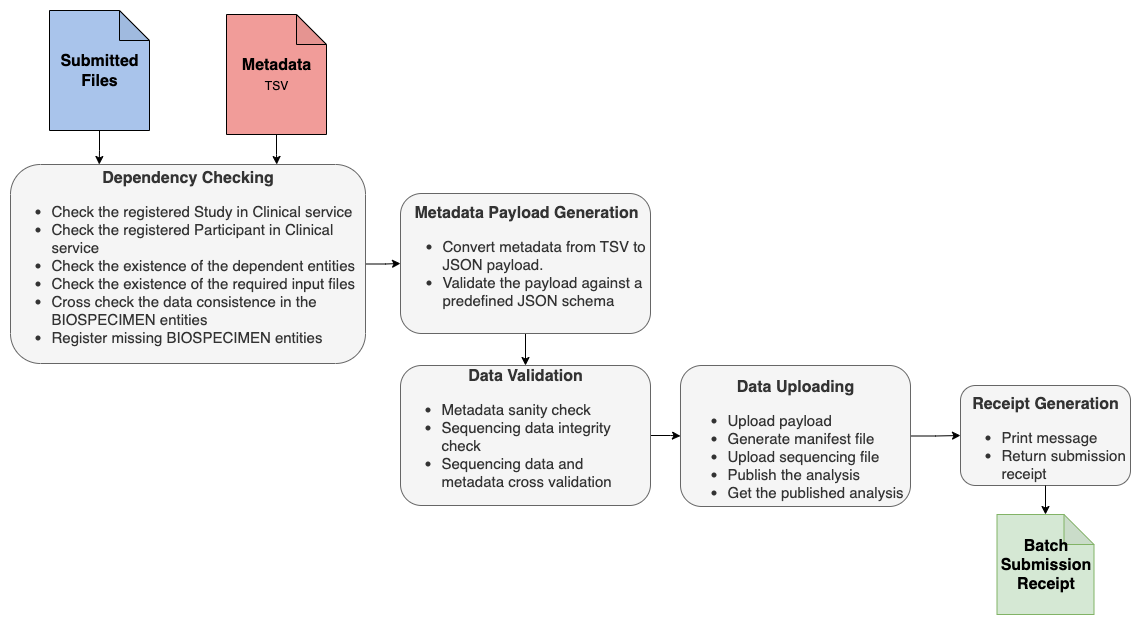
Above: assets/PCGL_Molecular_Data_Submission_Workflow-Diagram.png in Pan-Canadian-Genome-Library/molecular-data-submission-workflow (draw.io), before the change. Source tidied: cells renumbered, new cells last; positions are measured from the earlier drawing's top-left corner, leaving out a move shared by most shapes. The source it was exported from:
```xml
<mxGraphModel>
  <root>
    <mxCell id="0" />
    <mxCell id="1" parent="0" />
    <mxCell id="2" style="edgeStyle=orthogonalEdgeStyle;rounded=0;jettySize=auto;html=1;entryX=0;entryY=0.5;entryDx=0;entryDy=0;" parent="1" edge="1" source="3" target="5">
      <mxGeometry relative="1" as="geometry" />
    </mxCell>
    <mxCell id="3" value="&lt;font style=&quot;&quot;&gt;&lt;b style=&quot;font-size: 16px;&quot;&gt;Dependency Checking&lt;/b&gt;&lt;br&gt;&lt;div style=&quot;text-align: left; font-size: 15px;&quot;&gt;&lt;ul&gt;&lt;li&gt;&lt;span style=&quot;background-color: transparent; color: light-dark(rgb(51, 51, 51), rgb(193, 193, 193));&quot;&gt;Check the registered Study in Clinical service&lt;/span&gt;&lt;/li&gt;&lt;li&gt;Check the registered Participant in Clinical service&lt;/li&gt;&lt;li&gt;Check the existence of the dependent entities&lt;/li&gt;&lt;li&gt;Check the existence of the required input files&lt;/li&gt;&lt;li&gt;Cross check the data consistence in the BIOSPECIMEN entities&lt;/li&gt;&lt;li&gt;Register missing BIOSPECIMEN entities&lt;/li&gt;&lt;/ul&gt;&lt;/div&gt;&lt;/font&gt;" style="rounded=1;whiteSpace=wrap;html=1;fillColor=#f5f5f5;fontColor=#333333;strokeColor=#666666;" parent="1" vertex="1">
      <mxGeometry y="154" width="355" height="199" as="geometry" />
    </mxCell>
    <mxCell id="4" style="edgeStyle=orthogonalEdgeStyle;rounded=0;jettySize=auto;html=1;" parent="1" edge="1" source="5" target="7">
      <mxGeometry relative="1" as="geometry" />
    </mxCell>
    <mxCell id="5" value="&lt;div style=&quot;text-align: center;&quot;&gt;&lt;b style=&quot;background-color: initial; font-size: 16px;&quot;&gt;Metadata Payload Generation&lt;/b&gt;&lt;/div&gt;&lt;font style=&quot;font-size: 15px;&quot;&gt;&lt;ul style=&quot;&quot;&gt;&lt;li style=&quot;&quot;&gt;Convert metadata from TSV to JSON payload.&lt;/li&gt;&lt;li style=&quot;&quot;&gt;Validate the payload against a predefined JSON schema&lt;br&gt;&lt;/li&gt;&lt;/ul&gt;&lt;/font&gt;" style="rounded=1;whiteSpace=wrap;html=1;fontSize=12;align=left;fillColor=#f5f5f5;fontColor=#333333;strokeColor=#666666;" parent="1" vertex="1">
      <mxGeometry x="390" y="183" width="250" height="140" as="geometry" />
    </mxCell>
    <mxCell id="6" style="edgeStyle=orthogonalEdgeStyle;rounded=0;jettySize=auto;html=1;entryX=0;entryY=0.5;entryDx=0;entryDy=0;" parent="1" edge="1" source="7" target="9">
      <mxGeometry relative="1" as="geometry" />
    </mxCell>
    <mxCell id="7" value="&lt;font style=&quot;font-size: 15px;&quot;&gt;&lt;b style=&quot;font-size: 16px;&quot;&gt;Data Validation&lt;/b&gt;&lt;br&gt;&lt;p&gt;&lt;/p&gt;&lt;ul&gt;&lt;li style=&quot;text-align: left;&quot;&gt;Metadata sanity check&lt;/li&gt;&lt;li style=&quot;text-align: left;&quot;&gt;Sequencing data integrity check&lt;/li&gt;&lt;li style=&quot;text-align: left;&quot;&gt;Sequencing data and metadata cross validation&lt;/li&gt;&lt;/ul&gt;&lt;p&gt;&lt;/p&gt;&lt;/font&gt;" style="rounded=1;whiteSpace=wrap;html=1;fontSize=12;fillColor=#f5f5f5;fontColor=#333333;strokeColor=#666666;" parent="1" vertex="1">
      <mxGeometry x="390" y="355" width="250" height="140" as="geometry" />
    </mxCell>
    <mxCell id="8" style="edgeStyle=orthogonalEdgeStyle;rounded=0;jettySize=auto;html=1;entryX=0;entryY=0.5;entryDx=0;entryDy=0;" parent="1" edge="1" source="9" target="14">
      <mxGeometry relative="1" as="geometry" />
    </mxCell>
    <mxCell id="9" value="&lt;font style=&quot;font-size: 16px;&quot;&gt;&lt;b&gt;&lt;br&gt;Data Uploading&lt;/b&gt;&lt;/font&gt;&lt;br&gt;&lt;div style=&quot;text-align: left; font-size: 15px;&quot;&gt;&lt;ul&gt;&lt;li&gt;&lt;span style=&quot;background-color: initial; color: light-dark(rgb(51, 51, 51), rgb(193, 193, 193));&quot;&gt;Upload payload&lt;/span&gt;&lt;/li&gt;&lt;li&gt;Generate manifest file&lt;/li&gt;&lt;li&gt;Upload sequencing file&lt;/li&gt;&lt;li&gt;Publish the analysis&lt;/li&gt;&lt;li&gt;Get the published analysis&lt;/li&gt;&lt;/ul&gt;&lt;/div&gt;" style="rounded=1;whiteSpace=wrap;html=1;fontFamily=Helvetica;fontSize=12;fillColor=#f5f5f5;fontColor=#333333;strokeColor=#666666;" parent="1" vertex="1">
      <mxGeometry x="670" y="355" width="230" height="141" as="geometry" />
    </mxCell>
    <mxCell id="10" style="edgeStyle=orthogonalEdgeStyle;rounded=0;jettySize=auto;html=1;entryX=0.25;entryY=0;entryDx=0;entryDy=0;" parent="1" edge="1" source="11" target="3">
      <mxGeometry relative="1" as="geometry" />
    </mxCell>
    <mxCell id="11" value="&lt;b style=&quot;&quot;&gt;&lt;font style=&quot;font-size: 16px;&quot;&gt;Submitted Files&lt;/font&gt;&lt;/b&gt;" style="shape=note;whiteSpace=wrap;html=1;backgroundOutline=1;darkOpacity=0.05;fontFamily=Helvetica;fontSize=16;fillColor=#A9C4EB;" parent="1" vertex="1">
      <mxGeometry x="39" width="100" height="120" as="geometry" />
    </mxCell>
    <mxCell id="12" style="edgeStyle=orthogonalEdgeStyle;rounded=0;jettySize=auto;html=1;entryX=0.75;entryY=0;entryDx=0;entryDy=0;" parent="1" edge="1" source="13" target="3">
      <mxGeometry relative="1" as="geometry" />
    </mxCell>
    <mxCell id="13" value="&lt;b&gt;Metadata&lt;/b&gt;&lt;br&gt;&lt;font style=&quot;font-size: 12px;&quot;&gt;TSV&lt;/font&gt;" style="shape=note;whiteSpace=wrap;html=1;backgroundOutline=1;darkOpacity=0.05;fontFamily=Helvetica;fontSize=16;fillColor=#F19C99;" parent="1" vertex="1">
      <mxGeometry x="216" y="4" width="100" height="120" as="geometry" />
    </mxCell>
    <mxCell id="14" value="&lt;div style=&quot;&quot;&gt;&lt;div&gt;&lt;span style=&quot;font-size: 16px;&quot;&gt;&lt;b&gt;&lt;br&gt;&lt;/b&gt;&lt;/span&gt;&lt;/div&gt;&lt;div&gt;&lt;span style=&quot;font-size: 16px;&quot;&gt;&lt;b&gt;Receipt Generation&lt;/b&gt;&lt;/span&gt;&lt;/div&gt;&lt;div style=&quot;font-size: 15px;&quot;&gt;&lt;ul style=&quot;border-color: var(--border-color); text-align: left;&quot;&gt;&lt;li style=&quot;border-color: var(--border-color);&quot;&gt;Print message&lt;/li&gt;&lt;li style=&quot;border-color: var(--border-color);&quot;&gt;Return submission receipt&lt;/li&gt;&lt;/ul&gt;&lt;/div&gt;&lt;/div&gt;" style="rounded=1;whiteSpace=wrap;html=1;fontFamily=Helvetica;fontSize=12;fillColor=#f5f5f5;fontColor=#333333;strokeColor=#666666;" parent="1" vertex="1">
      <mxGeometry x="950" y="375" width="170" height="100" as="geometry" />
    </mxCell>
    <mxCell id="15" value="&lt;font style=&quot;font-size: 16px;&quot;&gt;&lt;b&gt;Batch Submission Receipt&lt;/b&gt;&lt;/font&gt;" style="shape=note;whiteSpace=wrap;html=1;backgroundOutline=1;darkOpacity=0.05;fillColor=#d5e8d4;strokeColor=#82b366;" parent="1" vertex="1">
      <mxGeometry x="986.5" y="504" width="97" height="100" as="geometry" />
    </mxCell>
    <mxCell id="16" style="edgeStyle=orthogonalEdgeStyle;rounded=0;jettySize=auto;html=1;entryX=0.5;entryY=0;entryDx=0;entryDy=0;entryPerimeter=0;" parent="1" edge="1" source="14" target="15">
      <mxGeometry relative="1" as="geometry" />
    </mxCell>
  </root>
</mxGraphModel>
```
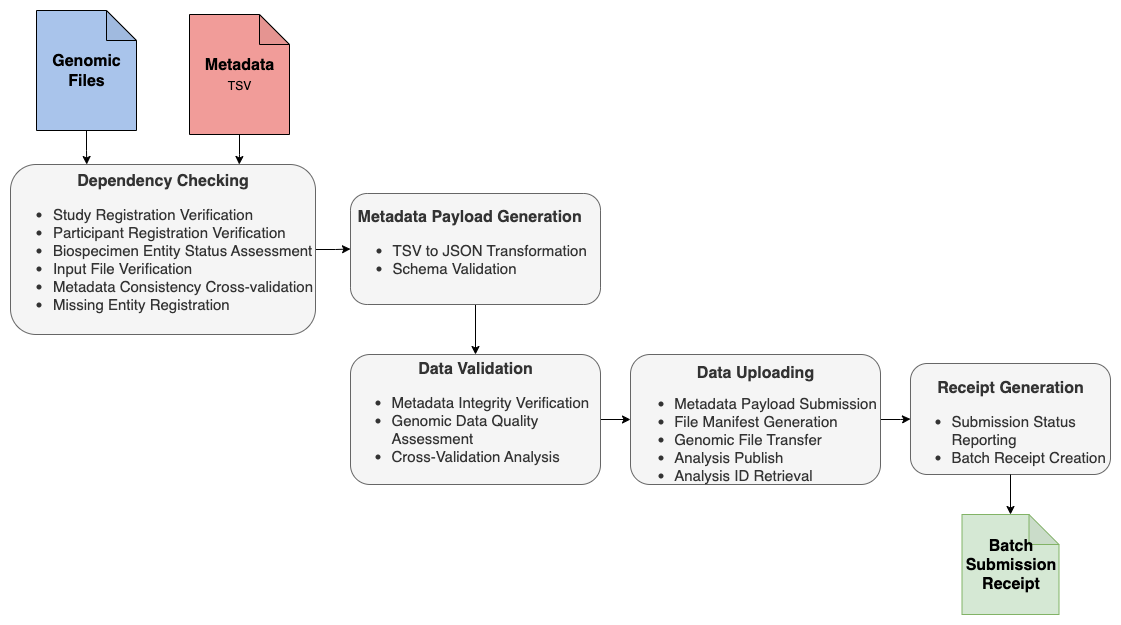
Later version of the same file.

Commit message:
address edmund comments, make the points more generic

Diff of the diagram source:
```diff
@@ -5,44 +5,44 @@
     <mxCell id="2" style="edgeStyle=orthogonalEdgeStyle;rounded=0;jettySize=auto;html=1;entryX=0;entryY=0.5;entryDx=0;entryDy=0;" parent="1" edge="1" source="3" target="5">
       <mxGeometry relative="1" as="geometry" />
     </mxCell>
-    <mxCell id="3" value="&lt;font style=&quot;&quot;&gt;&lt;b style=&quot;font-size: 16px;&quot;&gt;Dependency Checking&lt;/b&gt;&lt;br&gt;&lt;div style=&quot;text-align: left; font-size: 15px;&quot;&gt;&lt;ul&gt;&lt;li&gt;&lt;span style=&quot;background-color: transparent; color: light-dark(rgb(51, 51, 51), rgb(193, 193, 193));&quot;&gt;Check the registered Study in Clinical service&lt;/span&gt;&lt;/li&gt;&lt;li&gt;Check the registered Participant in Clinical service&lt;/li&gt;&lt;li&gt;Check the existence of the dependent entities&lt;/li&gt;&lt;li&gt;Check the existence of the required input files&lt;/li&gt;&lt;li&gt;Cross check the data consistence in the BIOSPECIMEN entities&lt;/li&gt;&lt;li&gt;Register missing BIOSPECIMEN entities&lt;/li&gt;&lt;/ul&gt;&lt;/div&gt;&lt;/font&gt;" style="rounded=1;whiteSpace=wrap;html=1;fillColor=#f5f5f5;fontColor=#333333;strokeColor=#666666;" parent="1" vertex="1">
-      <mxGeometry y="154" width="355" height="199" as="geometry" />
+    <mxCell id="3" value="&lt;font style=&quot;&quot;&gt;&lt;b style=&quot;font-size: 16px;&quot;&gt;Dependency Checking&lt;/b&gt;&lt;br&gt;&lt;div style=&quot;text-align: left; font-size: 15px;&quot;&gt;&lt;ul&gt;&lt;li&gt;Study Registration Verification&lt;/li&gt;&lt;li&gt;Participant Registration Verification&lt;/li&gt;&lt;li&gt;Biospecimen Entity Status Assessment&lt;/li&gt;&lt;li&gt;Input File Verification&lt;/li&gt;&lt;li&gt;Metadata Consistency Cross-validation&lt;/li&gt;&lt;li&gt;Missing Entity Registration&lt;/li&gt;&lt;/ul&gt;&lt;/div&gt;&lt;/font&gt;" style="rounded=1;whiteSpace=wrap;html=1;fillColor=#f5f5f5;fontColor=#333333;strokeColor=#666666;" parent="1" vertex="1">
+      <mxGeometry x="50" y="154" width="305" height="170" as="geometry" />
     </mxCell>
     <mxCell id="4" style="edgeStyle=orthogonalEdgeStyle;rounded=0;jettySize=auto;html=1;" parent="1" edge="1" source="5" target="7">
       <mxGeometry relative="1" as="geometry" />
     </mxCell>
-    <mxCell id="5" value="&lt;div style=&quot;text-align: center;&quot;&gt;&lt;b style=&quot;background-color: initial; font-size: 16px;&quot;&gt;Metadata Payload Generation&lt;/b&gt;&lt;/div&gt;&lt;font style=&quot;font-size: 15px;&quot;&gt;&lt;ul style=&quot;&quot;&gt;&lt;li style=&quot;&quot;&gt;Convert metadata from TSV to JSON payload.&lt;/li&gt;&lt;li style=&quot;&quot;&gt;Validate the payload against a predefined JSON schema&lt;br&gt;&lt;/li&gt;&lt;/ul&gt;&lt;/font&gt;" style="rounded=1;whiteSpace=wrap;html=1;fontSize=12;align=left;fillColor=#f5f5f5;fontColor=#333333;strokeColor=#666666;" parent="1" vertex="1">
-      <mxGeometry x="390" y="183" width="250" height="140" as="geometry" />
+    <mxCell id="5" value="&lt;div style=&quot;text-align: center;&quot;&gt;&lt;b style=&quot;background-color: initial; font-size: 16px;&quot;&gt;Metadata Payload Generation&lt;/b&gt;&lt;/div&gt;&lt;font style=&quot;font-size: 15px;&quot;&gt;&lt;ul style=&quot;&quot;&gt;&lt;li style=&quot;&quot;&gt;TSV to JSON Transformation&lt;/li&gt;&lt;li style=&quot;&quot;&gt;Schema Validation&lt;br&gt;&lt;/li&gt;&lt;/ul&gt;&lt;/font&gt;" style="rounded=1;whiteSpace=wrap;html=1;fontSize=12;align=left;fillColor=#f5f5f5;fontColor=#333333;strokeColor=#666666;" parent="1" vertex="1">
+      <mxGeometry x="390" y="183" width="250" height="111" as="geometry" />
     </mxCell>
     <mxCell id="6" style="edgeStyle=orthogonalEdgeStyle;rounded=0;jettySize=auto;html=1;entryX=0;entryY=0.5;entryDx=0;entryDy=0;" parent="1" edge="1" source="7" target="9">
       <mxGeometry relative="1" as="geometry" />
     </mxCell>
-    <mxCell id="7" value="&lt;font style=&quot;font-size: 15px;&quot;&gt;&lt;b style=&quot;font-size: 16px;&quot;&gt;Data Validation&lt;/b&gt;&lt;br&gt;&lt;p&gt;&lt;/p&gt;&lt;ul&gt;&lt;li style=&quot;text-align: left;&quot;&gt;Metadata sanity check&lt;/li&gt;&lt;li style=&quot;text-align: left;&quot;&gt;Sequencing data integrity check&lt;/li&gt;&lt;li style=&quot;text-align: left;&quot;&gt;Sequencing data and metadata cross validation&lt;/li&gt;&lt;/ul&gt;&lt;p&gt;&lt;/p&gt;&lt;/font&gt;" style="rounded=1;whiteSpace=wrap;html=1;fontSize=12;fillColor=#f5f5f5;fontColor=#333333;strokeColor=#666666;" parent="1" vertex="1">
-      <mxGeometry x="390" y="355" width="250" height="140" as="geometry" />
+    <mxCell id="7" value="&lt;font style=&quot;font-size: 15px;&quot;&gt;&lt;b style=&quot;font-size: 16px;&quot;&gt;Data Validation&lt;/b&gt;&lt;br&gt;&lt;p&gt;&lt;/p&gt;&lt;ul&gt;&lt;li style=&quot;text-align: left;&quot;&gt;Metadata Integrity Verification&lt;/li&gt;&lt;li style=&quot;text-align: left;&quot;&gt;Genomic Data Quality Assessment&amp;nbsp;&lt;/li&gt;&lt;li style=&quot;text-align: left;&quot;&gt;Cross-Validation Analysis&lt;/li&gt;&lt;/ul&gt;&lt;p&gt;&lt;/p&gt;&lt;/font&gt;" style="rounded=1;whiteSpace=wrap;html=1;fontSize=12;fillColor=#f5f5f5;fontColor=#333333;strokeColor=#666666;" parent="1" vertex="1">
+      <mxGeometry x="390" y="344" width="250" height="130" as="geometry" />
     </mxCell>
     <mxCell id="8" style="edgeStyle=orthogonalEdgeStyle;rounded=0;jettySize=auto;html=1;entryX=0;entryY=0.5;entryDx=0;entryDy=0;" parent="1" edge="1" source="9" target="14">
       <mxGeometry relative="1" as="geometry" />
     </mxCell>
-    <mxCell id="9" value="&lt;font style=&quot;font-size: 16px;&quot;&gt;&lt;b&gt;&lt;br&gt;Data Uploading&lt;/b&gt;&lt;/font&gt;&lt;br&gt;&lt;div style=&quot;text-align: left; font-size: 15px;&quot;&gt;&lt;ul&gt;&lt;li&gt;&lt;span style=&quot;background-color: initial; color: light-dark(rgb(51, 51, 51), rgb(193, 193, 193));&quot;&gt;Upload payload&lt;/span&gt;&lt;/li&gt;&lt;li&gt;Generate manifest file&lt;/li&gt;&lt;li&gt;Upload sequencing file&lt;/li&gt;&lt;li&gt;Publish the analysis&lt;/li&gt;&lt;li&gt;Get the published analysis&lt;/li&gt;&lt;/ul&gt;&lt;/div&gt;" style="rounded=1;whiteSpace=wrap;html=1;fontFamily=Helvetica;fontSize=12;fillColor=#f5f5f5;fontColor=#333333;strokeColor=#666666;" parent="1" vertex="1">
-      <mxGeometry x="670" y="355" width="230" height="141" as="geometry" />
+    <mxCell id="9" value="&lt;font style=&quot;font-size: 16px;&quot;&gt;&lt;b&gt;&lt;br&gt;Data Uploading&lt;/b&gt;&lt;/font&gt;&lt;div style=&quot;text-align: left;&quot;&gt;&lt;ul style=&quot;&quot;&gt;&lt;li style=&quot;font-size: 15px;&quot;&gt;Metadata Payload Submission&lt;/li&gt;&lt;li style=&quot;font-size: 15px;&quot;&gt;File Manifest Generation&lt;/li&gt;&lt;li style=&quot;font-size: 15px;&quot;&gt;Genomic File Transfer&lt;/li&gt;&lt;li style=&quot;font-size: 15px;&quot;&gt;Analysis Publish&lt;/li&gt;&lt;li style=&quot;font-size: 15px;&quot;&gt;Analysis ID Retrieval&lt;/li&gt;&lt;/ul&gt;&lt;/div&gt;" style="rounded=1;whiteSpace=wrap;html=1;fontFamily=Helvetica;fontSize=12;fillColor=#f5f5f5;fontColor=#333333;strokeColor=#666666;" parent="1" vertex="1">
+      <mxGeometry x="670" y="344" width="250" height="130" as="geometry" />
     </mxCell>
     <mxCell id="10" style="edgeStyle=orthogonalEdgeStyle;rounded=0;jettySize=auto;html=1;entryX=0.25;entryY=0;entryDx=0;entryDy=0;" parent="1" edge="1" source="11" target="3">
       <mxGeometry relative="1" as="geometry" />
     </mxCell>
-    <mxCell id="11" value="&lt;b style=&quot;&quot;&gt;&lt;font style=&quot;font-size: 16px;&quot;&gt;Submitted Files&lt;/font&gt;&lt;/b&gt;" style="shape=note;whiteSpace=wrap;html=1;backgroundOutline=1;darkOpacity=0.05;fontFamily=Helvetica;fontSize=16;fillColor=#A9C4EB;" parent="1" vertex="1">
-      <mxGeometry x="39" width="100" height="120" as="geometry" />
+    <mxCell id="11" value="&lt;b style=&quot;&quot;&gt;&lt;font style=&quot;font-size: 16px;&quot;&gt;Genomic Files&lt;/font&gt;&lt;/b&gt;" style="shape=note;whiteSpace=wrap;html=1;backgroundOutline=1;darkOpacity=0.05;fontFamily=Helvetica;fontSize=16;fillColor=#A9C4EB;" parent="1" vertex="1">
+      <mxGeometry x="76" width="100" height="120" as="geometry" />
     </mxCell>
     <mxCell id="12" style="edgeStyle=orthogonalEdgeStyle;rounded=0;jettySize=auto;html=1;entryX=0.75;entryY=0;entryDx=0;entryDy=0;" parent="1" edge="1" source="13" target="3">
       <mxGeometry relative="1" as="geometry" />
     </mxCell>
     <mxCell id="13" value="&lt;b&gt;Metadata&lt;/b&gt;&lt;br&gt;&lt;font style=&quot;font-size: 12px;&quot;&gt;TSV&lt;/font&gt;" style="shape=note;whiteSpace=wrap;html=1;backgroundOutline=1;darkOpacity=0.05;fontFamily=Helvetica;fontSize=16;fillColor=#F19C99;" parent="1" vertex="1">
-      <mxGeometry x="216" y="4" width="100" height="120" as="geometry" />
+      <mxGeometry x="229" y="4" width="100" height="120" as="geometry" />
     </mxCell>
-    <mxCell id="14" value="&lt;div style=&quot;&quot;&gt;&lt;div&gt;&lt;span style=&quot;font-size: 16px;&quot;&gt;&lt;b&gt;&lt;br&gt;&lt;/b&gt;&lt;/span&gt;&lt;/div&gt;&lt;div&gt;&lt;span style=&quot;font-size: 16px;&quot;&gt;&lt;b&gt;Receipt Generation&lt;/b&gt;&lt;/span&gt;&lt;/div&gt;&lt;div style=&quot;font-size: 15px;&quot;&gt;&lt;ul style=&quot;border-color: var(--border-color); text-align: left;&quot;&gt;&lt;li style=&quot;border-color: var(--border-color);&quot;&gt;Print message&lt;/li&gt;&lt;li style=&quot;border-color: var(--border-color);&quot;&gt;Return submission receipt&lt;/li&gt;&lt;/ul&gt;&lt;/div&gt;&lt;/div&gt;" style="rounded=1;whiteSpace=wrap;html=1;fontFamily=Helvetica;fontSize=12;fillColor=#f5f5f5;fontColor=#333333;strokeColor=#666666;" parent="1" vertex="1">
-      <mxGeometry x="950" y="375" width="170" height="100" as="geometry" />
+    <mxCell id="14" value="&lt;div style=&quot;&quot;&gt;&lt;div&gt;&lt;span style=&quot;font-size: 16px;&quot;&gt;&lt;b&gt;&lt;br&gt;&lt;/b&gt;&lt;/span&gt;&lt;/div&gt;&lt;div&gt;&lt;span style=&quot;font-size: 16px;&quot;&gt;&lt;b&gt;Receipt Generation&lt;/b&gt;&lt;/span&gt;&lt;/div&gt;&lt;div style=&quot;font-size: 15px;&quot;&gt;&lt;ul style=&quot;border-color: var(--border-color); text-align: left;&quot;&gt;&lt;li style=&quot;border-color: var(--border-color);&quot;&gt;Submission Status Reporting&lt;/li&gt;&lt;li style=&quot;border-color: var(--border-color);&quot;&gt;Batch Receipt Creation&lt;/li&gt;&lt;/ul&gt;&lt;/div&gt;&lt;/div&gt;" style="rounded=1;whiteSpace=wrap;html=1;fontFamily=Helvetica;fontSize=12;fillColor=#f5f5f5;fontColor=#333333;strokeColor=#666666;" parent="1" vertex="1">
+      <mxGeometry x="950" y="353" width="200" height="111" as="geometry" />
     </mxCell>
     <mxCell id="15" value="&lt;font style=&quot;font-size: 16px;&quot;&gt;&lt;b&gt;Batch Submission Receipt&lt;/b&gt;&lt;/font&gt;" style="shape=note;whiteSpace=wrap;html=1;backgroundOutline=1;darkOpacity=0.05;fillColor=#d5e8d4;strokeColor=#82b366;" parent="1" vertex="1">
-      <mxGeometry x="986.5" y="504" width="97" height="100" as="geometry" />
+      <mxGeometry x="1001.5" y="504" width="97" height="100" as="geometry" />
     </mxCell>
     <mxCell id="16" style="edgeStyle=orthogonalEdgeStyle;rounded=0;jettySize=auto;html=1;entryX=0.5;entryY=0;entryDx=0;entryDy=0;entryPerimeter=0;" parent="1" edge="1" source="14" target="15">
       <mxGeometry relative="1" as="geometry" />
```
